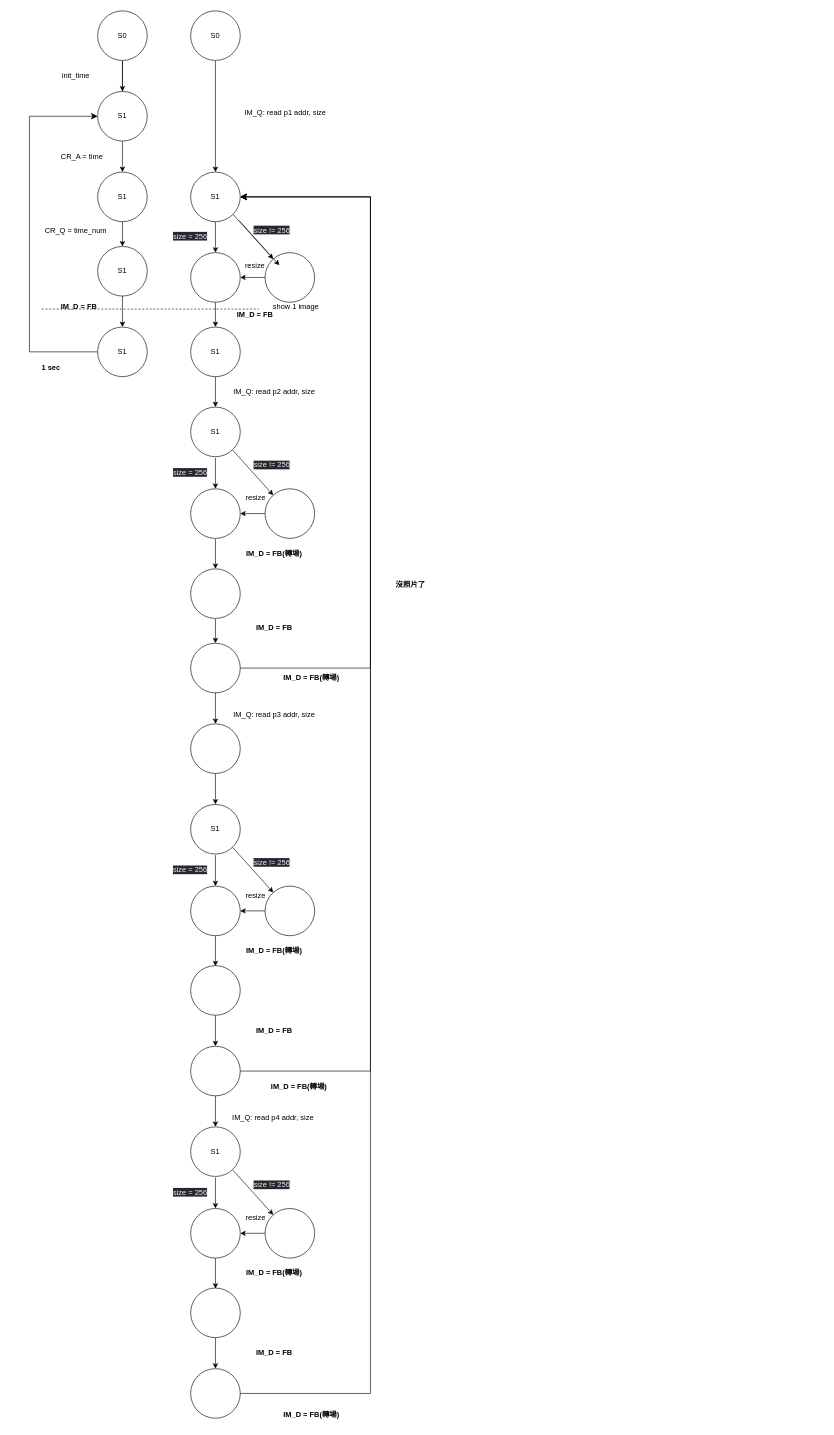
Earlier version of the draw.io diagram project3/fsm.drawio (guanyu0108/SOC). Source tidied: cells renumbered, new cells numbered last; positions are measured from the earlier drawing's top-left corner, leaving out a move shared by most shapes. Both pictures are drawn from the tidied source at 62%, with x=0, y=0 at pixel (11, 11).
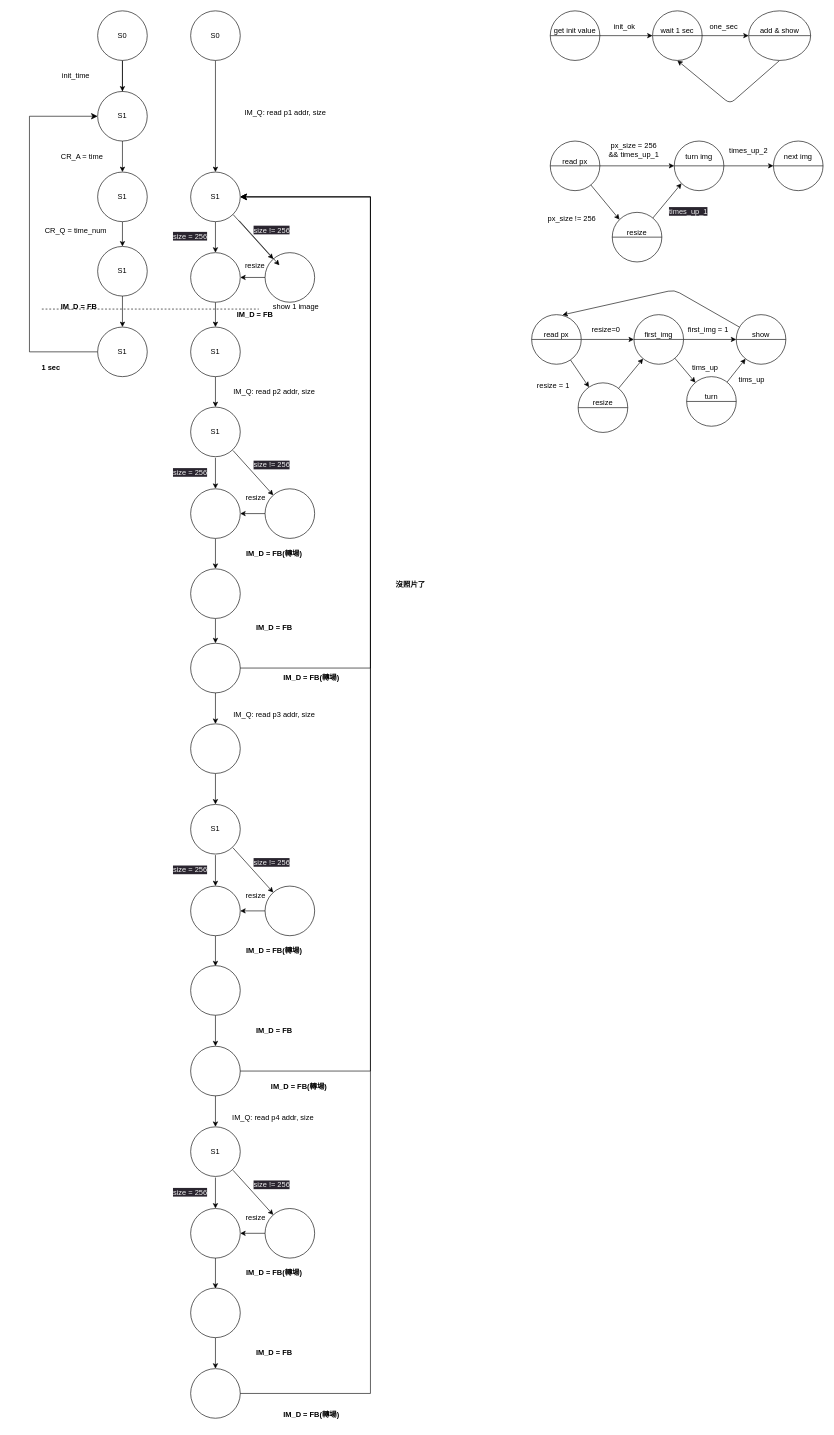
After the change.

Diff of the diagram source:
```diff
@@
+    <mxCell id="97" style="edgeStyle=none;html=1;entryX=0;entryY=0.5;entryDx=0;entryDy=0;" parent="1" edge="1" source="98" target="107">
+      <mxGeometry relative="1" as="geometry" />
+    </mxCell>
+    <mxCell id="98" value="get init value&lt;br&gt;&amp;nbsp;&amp;nbsp;&lt;br&gt;" style="shape=lineEllipse;perimeter=ellipsePerimeter;whiteSpace=wrap;html=1;backgroundOutline=1;" parent="1" vertex="1">
+      <mxGeometry x="870" width="80" height="80" as="geometry" />
+    </mxCell>
+    <mxCell id="99" style="edgeStyle=none;html=1;" parent="1" edge="1">
+      <mxGeometry relative="1" as="geometry">
+        <mxPoint x="1110" y="40" as="sourcePoint" />
+        <mxPoint x="1190" y="40" as="targetPoint" />
+      </mxGeometry>
+    </mxCell>
+    <mxCell id="100" style="edgeStyle=none;html=1;entryX=0.5;entryY=1;entryDx=0;entryDy=0;exitX=0.5;exitY=1;exitDx=0;exitDy=0;" parent="1" edge="1" source="101" target="107">
+      <mxGeometry relative="1" as="geometry">
+        <Array as="points">
+          <mxPoint x="1160" y="150" />
+        </Array>
+      </mxGeometry>
+    </mxCell>
+    <mxCell id="101" value="add &amp;amp; show&lt;br&gt;&lt;br&gt;" style="shape=lineEllipse;perimeter=ellipsePerimeter;whiteSpace=wrap;html=1;backgroundOutline=1;" parent="1" vertex="1">
+      <mxGeometry x="1190" width="100" height="80" as="geometry" />
+    </mxCell>
+    <mxCell id="102" style="edgeStyle=none;html=1;entryX=0;entryY=0.5;entryDx=0;entryDy=0;" parent="1" edge="1" source="104" target="109">
+      <mxGeometry relative="1" as="geometry" />
+    </mxCell>
+    <mxCell id="103" style="edgeStyle=none;html=1;entryX=0;entryY=0;entryDx=0;entryDy=0;" parent="1" edge="1" source="104" target="112">
+      <mxGeometry relative="1" as="geometry" />
+    </mxCell>
+    <mxCell id="104" value="read px&lt;br&gt;&amp;nbsp;&amp;nbsp;" style="shape=lineEllipse;perimeter=ellipsePerimeter;whiteSpace=wrap;html=1;backgroundOutline=1;" parent="1" vertex="1">
+      <mxGeometry x="870" y="210" width="80" height="80" as="geometry" />
+    </mxCell>
+    <mxCell id="105" value="init_ok" style="text;html=1;strokeColor=none;fillColor=none;align=center;verticalAlign=middle;whiteSpace=wrap;rounded=0;" parent="1" vertex="1">
+      <mxGeometry x="960" y="10" width="60" height="30" as="geometry" />
+    </mxCell>
+    <mxCell id="106" value="one_sec" style="text;html=1;strokeColor=none;fillColor=none;align=center;verticalAlign=middle;whiteSpace=wrap;rounded=0;" parent="1" vertex="1">
+      <mxGeometry x="1120" y="10" width="60" height="30" as="geometry" />
+    </mxCell>
+    <mxCell id="107" value="wait 1 sec&lt;br&gt;&amp;nbsp;&amp;nbsp;" style="shape=lineEllipse;perimeter=ellipsePerimeter;whiteSpace=wrap;html=1;backgroundOutline=1;" parent="1" vertex="1">
+      <mxGeometry x="1035" width="80" height="80" as="geometry" />
+    </mxCell>
+    <mxCell id="108" style="edgeStyle=none;html=1;" parent="1" edge="1" source="109">
+      <mxGeometry relative="1" as="geometry">
+        <mxPoint x="1230" y="250" as="targetPoint" />
+      </mxGeometry>
+    </mxCell>
+    <mxCell id="109" value="turn img&lt;br&gt;&lt;br&gt;&amp;nbsp;&amp;nbsp;" style="shape=lineEllipse;perimeter=ellipsePerimeter;whiteSpace=wrap;html=1;backgroundOutline=1;" parent="1" vertex="1">
+      <mxGeometry x="1070" y="210" width="80" height="80" as="geometry" />
+    </mxCell>
+    <mxCell id="110" value="px_size = 256&lt;br&gt;&amp;amp;&amp;amp; times_up_1" style="text;html=1;strokeColor=none;fillColor=none;align=center;verticalAlign=middle;whiteSpace=wrap;rounded=0;" parent="1" vertex="1">
+      <mxGeometry x="960" y="210" width="90" height="30" as="geometry" />
+    </mxCell>
+    <mxCell id="111" style="edgeStyle=none;html=1;entryX=0;entryY=1;entryDx=0;entryDy=0;" parent="1" edge="1" source="112" target="109">
+      <mxGeometry relative="1" as="geometry" />
+    </mxCell>
+    <mxCell id="112" value="resize&lt;br&gt;&lt;br&gt;" style="shape=lineEllipse;perimeter=ellipsePerimeter;whiteSpace=wrap;html=1;backgroundOutline=1;" parent="1" vertex="1">
+      <mxGeometry x="970" y="325" width="80" height="80" as="geometry" />
+    </mxCell>
+    <mxCell id="113" value="px_size != 256" style="text;html=1;strokeColor=none;fillColor=none;align=center;verticalAlign=middle;whiteSpace=wrap;rounded=0;" parent="1" vertex="1">
+      <mxGeometry x="860" y="320" width="90" height="30" as="geometry" />
+    </mxCell>
+    <mxCell id="114" value="next img&lt;br&gt;&lt;br&gt;&amp;nbsp;&amp;nbsp;" style="shape=lineEllipse;perimeter=ellipsePerimeter;whiteSpace=wrap;html=1;backgroundOutline=1;" parent="1" vertex="1">
+      <mxGeometry x="1230" y="210" width="80" height="80" as="geometry" />
+    </mxCell>
+    <mxCell id="115" value="times_up_2" style="text;html=1;strokeColor=none;fillColor=none;align=center;verticalAlign=middle;whiteSpace=wrap;rounded=0;" parent="1" vertex="1">
+      <mxGeometry x="1160" y="210" width="60" height="30" as="geometry" />
+    </mxCell>
+    <mxCell id="116" value="&lt;span style=&quot;color: rgb(240, 240, 240); font-family: Helvetica; font-size: 12px; font-style: normal; font-variant-ligatures: normal; font-variant-caps: normal; font-weight: 400; letter-spacing: normal; orphans: 2; text-align: center; text-indent: 0px; text-transform: none; widows: 2; word-spacing: 0px; -webkit-text-stroke-width: 0px; background-color: rgb(42, 37, 47); text-decoration-thickness: initial; text-decoration-style: initial; text-decoration-color: initial; float: none; display: inline !important;&quot;&gt;times_up_1&lt;/span&gt;" style="text;whiteSpace=wrap;html=1;" parent="1" vertex="1">
+      <mxGeometry x="1060" y="310" width="80" height="30" as="geometry" />
+    </mxCell>
+    <mxCell id="117" style="edgeStyle=none;html=1;" parent="1" edge="1" source="119" target="122">
+      <mxGeometry relative="1" as="geometry" />
+    </mxCell>
+    <mxCell id="118" style="edgeStyle=none;html=1;" parent="1" edge="1" source="119" target="127">
+      <mxGeometry relative="1" as="geometry" />
+    </mxCell>
+    <mxCell id="119" value="read px&lt;br&gt;&amp;nbsp;&amp;nbsp;" style="shape=lineEllipse;perimeter=ellipsePerimeter;whiteSpace=wrap;html=1;backgroundOutline=1;" parent="1" vertex="1">
+      <mxGeometry x="840" y="490" width="80" height="80" as="geometry" />
+    </mxCell>
+    <mxCell id="120" style="edgeStyle=none;html=1;" parent="1" edge="1" source="122" target="125">
+      <mxGeometry relative="1" as="geometry" />
+    </mxCell>
+    <mxCell id="121" style="edgeStyle=none;html=1;" parent="1" edge="1" source="122" target="131">
+      <mxGeometry relative="1" as="geometry" />
+    </mxCell>
+    <mxCell id="122" value="first_img&lt;br&gt;&amp;nbsp;&amp;nbsp;" style="shape=lineEllipse;perimeter=ellipsePerimeter;whiteSpace=wrap;html=1;backgroundOutline=1;" parent="1" vertex="1">
+      <mxGeometry x="1005" y="490" width="80" height="80" as="geometry" />
+    </mxCell>
+    <mxCell id="123" value="first_img = 1" style="text;html=1;strokeColor=none;fillColor=none;align=center;verticalAlign=middle;whiteSpace=wrap;rounded=0;" parent="1" vertex="1">
+      <mxGeometry x="1090" y="500" width="70" height="30" as="geometry" />
+    </mxCell>
+    <mxCell id="124" style="edgeStyle=none;html=1;entryX=0.621;entryY=0.006;entryDx=0;entryDy=0;entryPerimeter=0;" parent="1" edge="1" source="125" target="119">
+      <mxGeometry relative="1" as="geometry">
+        <Array as="points">
+          <mxPoint x="1070" y="450" />
+        </Array>
+      </mxGeometry>
+    </mxCell>
+    <mxCell id="125" value="show&lt;br&gt;&amp;nbsp;&amp;nbsp;" style="shape=lineEllipse;perimeter=ellipsePerimeter;whiteSpace=wrap;html=1;backgroundOutline=1;" parent="1" vertex="1">
+      <mxGeometry x="1170" y="490" width="80" height="80" as="geometry" />
+    </mxCell>
+    <mxCell id="126" style="edgeStyle=none;html=1;" parent="1" edge="1" source="127" target="122">
+      <mxGeometry relative="1" as="geometry" />
+    </mxCell>
+    <mxCell id="127" value="resize&lt;br&gt;&amp;nbsp;&amp;nbsp;" style="shape=lineEllipse;perimeter=ellipsePerimeter;whiteSpace=wrap;html=1;backgroundOutline=1;" parent="1" vertex="1">
+      <mxGeometry x="915" y="600" width="80" height="80" as="geometry" />
+    </mxCell>
+    <mxCell id="128" value="resize=0" style="text;html=1;strokeColor=none;fillColor=none;align=center;verticalAlign=middle;whiteSpace=wrap;rounded=0;" parent="1" vertex="1">
+      <mxGeometry x="930" y="500" width="60" height="30" as="geometry" />
+    </mxCell>
+    <mxCell id="129" value="resize = 1" style="text;html=1;strokeColor=none;fillColor=none;align=center;verticalAlign=middle;whiteSpace=wrap;rounded=0;" parent="1" vertex="1">
+      <mxGeometry x="845" y="590" width="60" height="30" as="geometry" />
+    </mxCell>
+    <mxCell id="130" style="edgeStyle=none;html=1;" parent="1" edge="1" source="131" target="125">
+      <mxGeometry relative="1" as="geometry" />
+    </mxCell>
+    <mxCell id="131" value="turn&lt;br&gt;&amp;nbsp;&amp;nbsp;" style="shape=lineEllipse;perimeter=ellipsePerimeter;whiteSpace=wrap;html=1;backgroundOutline=1;" parent="1" vertex="1">
+      <mxGeometry x="1090" y="590" width="80" height="80" as="geometry" />
+    </mxCell>
+    <mxCell id="132" value="tims_up" style="text;html=1;strokeColor=none;fillColor=none;align=center;verticalAlign=middle;whiteSpace=wrap;rounded=0;" parent="1" vertex="1">
+      <mxGeometry x="1085" y="560" width="70" height="30" as="geometry" />
+    </mxCell>
+    <mxCell id="133" value="tims_up" style="text;html=1;strokeColor=none;fillColor=none;align=center;verticalAlign=middle;whiteSpace=wrap;rounded=0;" parent="1" vertex="1">
+      <mxGeometry x="1160" y="580" width="70" height="30" as="geometry" />
+    </mxCell>
```
